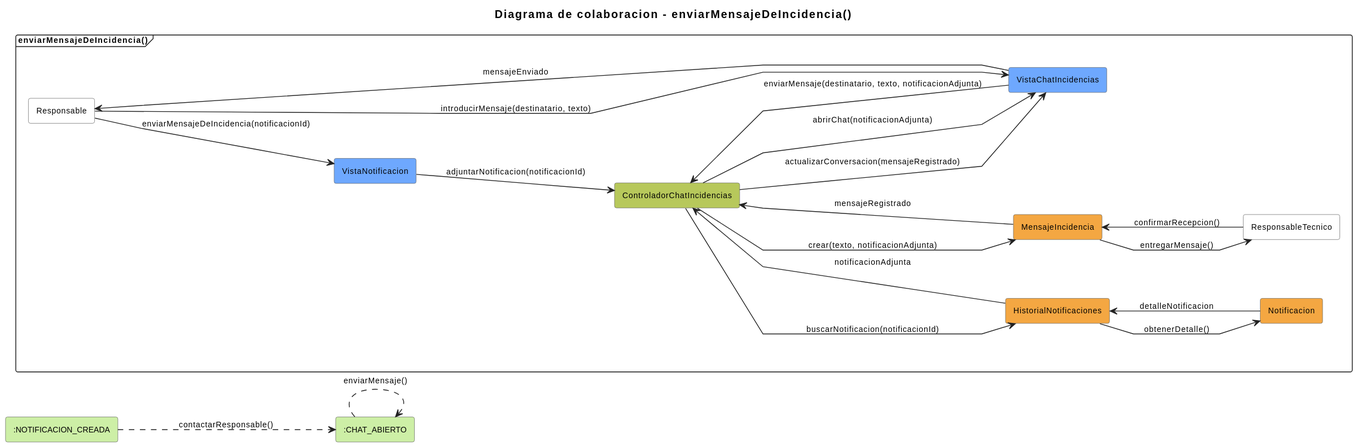
RaulPlayo/TFG-RaulPelayoParaja keeps this PlantUML diagram as imagenes/colabIncidencia.svg. Above is the earlier version. Source of this version:
```plantuml
@startuml
title Diagrama de colaboracion - enviarMensajeDeIncidencia()

left to right direction

skinparam defaultFontName Arial
skinparam defaultFontSize 10
skinparam shadowing false
skinparam linetype polyline
skinparam ArrowColor #222222
skinparam rectangle {
  BorderColor #666666
  RoundCorner 5
}

frame "enviarMensajeDeIncidencia()" {
  rectangle "Responsable" as responsable #FFFFFF
  rectangle "VistaNotificacion" as vistaNotificacion #6EA8FE
  rectangle "VistaChatIncidencias" as vistaChat #6EA8FE
  rectangle "ControladorChatIncidencias" as controladorChat #B7C85B
  rectangle "HistorialNotificaciones" as historial #F4A742
  rectangle "Notificacion" as notificacion #F4A742
  rectangle "MensajeIncidencia" as mensaje #F4A742
  rectangle "ResponsableTecnico" as destinatario #FFFFFF

  responsable --> vistaNotificacion : enviarMensajeDeIncidencia(notificacionId)
  vistaNotificacion --> controladorChat : adjuntarNotificacion(notificacionId)
  controladorChat --> historial : buscarNotificacion(notificacionId)
  historial --> notificacion : obtenerDetalle()
  notificacion --> historial : detalleNotificacion
  historial --> controladorChat : notificacionAdjunta
  controladorChat --> vistaChat : abrirChat(notificacionAdjunta)
  responsable --> vistaChat : introducirMensaje(destinatario, texto)
  vistaChat --> controladorChat : enviarMensaje(destinatario, texto, notificacionAdjunta)
  controladorChat --> mensaje : crear(texto, notificacionAdjunta)
  mensaje --> destinatario : entregarMensaje()
  destinatario --> mensaje : confirmarRecepcion()
  mensaje --> controladorChat : mensajeRegistrado
  controladorChat --> vistaChat : actualizarConversacion(mensajeRegistrado)
  vistaChat --> responsable : mensajeEnviado
}

rectangle ":NOTIFICACION_CREADA" as notificacionCreada #CDEFA6
rectangle ":CHAT_ABIERTO" as chatAbierto #CDEFA6

notificacionCreada ..> chatAbierto : contactarResponsable()
chatAbierto ..> chatAbierto : enviarMensaje()
@enduml
```
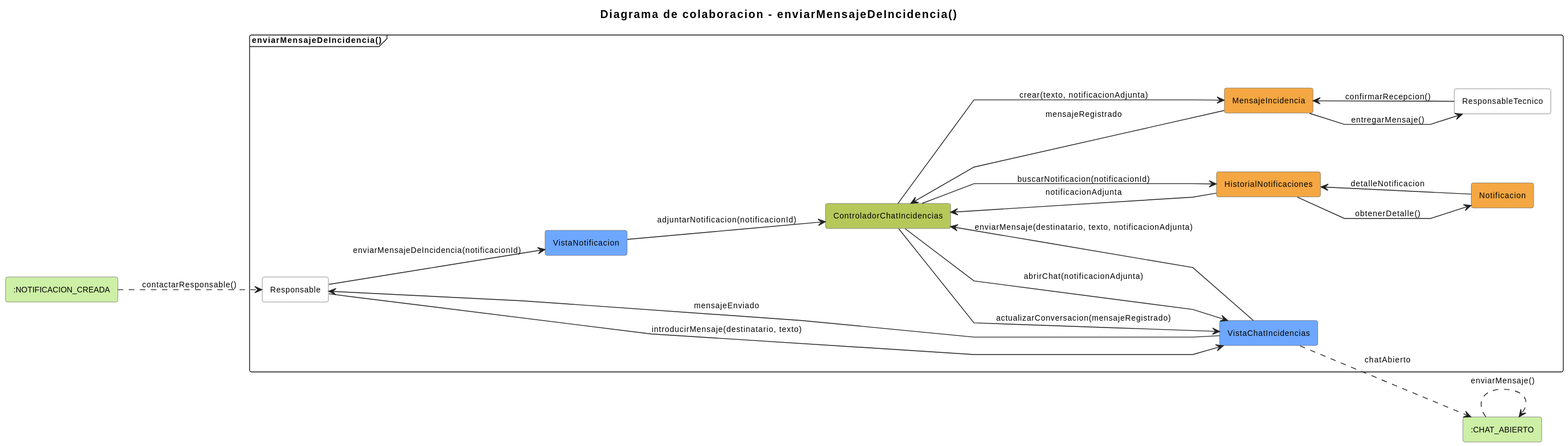
After the change.

Change to the diagram source:
```diff
@@ -12,6 +12,9 @@
   BorderColor #666666
   RoundCorner 5
 }
+
+rectangle ":NOTIFICACION_CREADA" as notificacionCreada #CDEFA6
+rectangle ":CHAT_ABIERTO" as chatAbierto #CDEFA6
 
 frame "enviarMensajeDeIncidencia()" {
   rectangle "Responsable" as responsable #FFFFFF
@@ -40,9 +43,7 @@
   vistaChat --> responsable : mensajeEnviado
 }
 
-rectangle ":NOTIFICACION_CREADA" as notificacionCreada #CDEFA6
-rectangle ":CHAT_ABIERTO" as chatAbierto #CDEFA6
-
-notificacionCreada ..> chatAbierto : contactarResponsable()
+notificacionCreada ..> responsable : contactarResponsable()
+vistaChat ..> chatAbierto : chatAbierto
 chatAbierto ..> chatAbierto : enviarMensaje()
 @enduml
```
